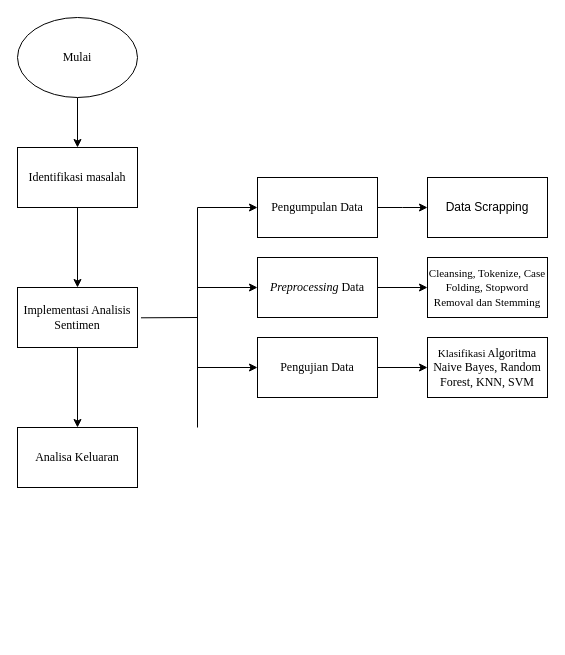
Before: Diagram Tanpa Judul.drawio in willSeoo/Analisis-Sentimen-Dompet-Digital, a draw.io diagram. Source tidied: cells renumbered, new cells numbered last; positions are measured from the earlier drawing's top-left corner, leaving out a move shared by most shapes. Both pictures are drawn from the tidied source at 100%, with x=0, y=0 at pixel (17, 17).
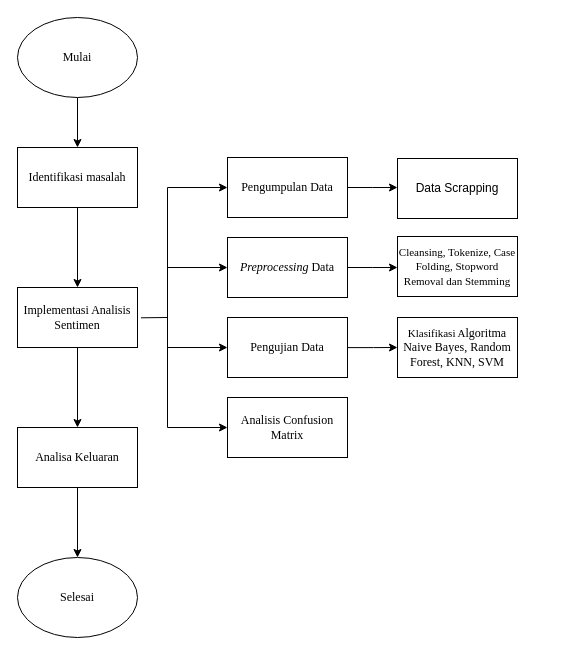
The same diagram, later.

Unchanged cells that the change refers to:
```xml
<mxCell id="7" value="Implementasi Analisis Sentimen" style="whiteSpace=wrap;html=1;rounded=0;fontFamily=Times New Roman;" parent="1" vertex="1">
  <mxGeometry y="270" width="120" height="60" as="geometry" />
</mxCell>
<mxCell id="8" value="Analisa Keluaran" style="rounded=0;whiteSpace=wrap;html=1;fontFamily=Times New Roman;" parent="1" vertex="1">
  <mxGeometry y="410" width="120" height="60" as="geometry" />
</mxCell>
```

Change to the diagram source:
```diff
@@
+    <mxCell id="23" style="edgeStyle=orthogonalEdgeStyle;rounded=0;jettySize=auto;html=1;" parent="1" edge="1" source="8" target="26">
+      <mxGeometry relative="1" as="geometry" />
+    </mxCell>
@@
     <mxCell id="9" style="edgeStyle=orthogonalEdgeStyle;rounded=0;jettySize=auto;html=1;fontFamily=Times New Roman;" parent="1" edge="1" source="10">
       <mxGeometry relative="1" as="geometry">
-        <mxPoint x="410" y="190" as="targetPoint" />
+        <mxPoint x="380" y="170" as="targetPoint" />
       </mxGeometry>
     </mxCell>
     <mxCell id="10" value="Pengumpulan Data" style="whiteSpace=wrap;html=1;rounded=0;fontFamily=Times New Roman;" parent="1" vertex="1">
-      <mxGeometry x="240" y="160" width="120" height="60" as="geometry" />
+      <mxGeometry x="210" y="140" width="120" height="60" as="geometry" />
     </mxCell>
     <mxCell id="11" style="endArrow=none;html=1;rounded=0;fontFamily=Times New Roman;" parent="1" edge="1">
       <mxGeometry relative="1" as="geometry">
-        <mxPoint x="180" y="410" as="sourcePoint" />
-        <mxPoint x="180" y="190" as="targetPoint" />
+        <mxPoint x="150" y="410" as="sourcePoint" />
+        <mxPoint x="150" y="170" as="targetPoint" />
       </mxGeometry>
     </mxCell>
     <mxCell id="12" style="endArrow=none;html=1;rounded=0;exitX=1.029;exitY=0.505;exitDx=0;exitDy=0;exitPerimeter=0;fontFamily=Times New Roman;" parent="1" edge="1" source="7">
       <mxGeometry relative="1" as="geometry">
-        <mxPoint x="180" y="300" as="targetPoint" />
+        <mxPoint x="150" y="300" as="targetPoint" />
       </mxGeometry>
     </mxCell>
     <mxCell id="13" style="endArrow=classic;html=1;rounded=0;entryX=0;entryY=0.5;entryDx=0;entryDy=0;fontFamily=Times New Roman;" parent="1" edge="1" target="10">
       <mxGeometry relative="1" as="geometry">
-        <mxPoint x="180" y="190" as="sourcePoint" />
+        <mxPoint x="150" y="170" as="sourcePoint" />
       </mxGeometry>
     </mxCell>
     <mxCell id="14" value="Data Scrapping" style="whiteSpace=wrap;html=1;rounded=0;" parent="1" vertex="1">
-      <mxGeometry x="410" y="160" width="120" height="60" as="geometry" />
+      <mxGeometry x="380" y="141" width="120" height="60" as="geometry" />
     </mxCell>
     <mxCell id="15" value="&lt;i&gt;Preprocessing&lt;/i&gt; Data" style="rounded=0;whiteSpace=wrap;html=1;fontFamily=Times New Roman;" parent="1" vertex="1">
-      <mxGeometry x="240" y="240" width="120" height="60" as="geometry" />
+      <mxGeometry x="210" y="220" width="120" height="60" as="geometry" />
     </mxCell>
     <mxCell id="16" style="endArrow=classic;html=1;rounded=0;entryX=0;entryY=0.5;entryDx=0;entryDy=0;fontFamily=Times New Roman;" parent="1" edge="1" target="15">
       <mxGeometry relative="1" as="geometry">
-        <mxPoint x="180" y="270" as="sourcePoint" />
+        <mxPoint x="150" y="250" as="sourcePoint" />
       </mxGeometry>
     </mxCell>
-    <mxCell id="17" style="edgeStyle=orthogonalEdgeStyle;rounded=0;jettySize=auto;html=1;exitX=1;exitY=0.5;exitDx=0;exitDy=0;entryX=0;entryY=0.5;entryDx=0;entryDy=0;fontFamily=Times New Roman;" parent="1" edge="1" source="15" target="18">
-      <mxGeometry relative="1" as="geometry" />
+    <mxCell id="17" style="edgeStyle=orthogonalEdgeStyle;rounded=0;jettySize=auto;html=1;exitX=1;exitY=0.5;exitDx=0;exitDy=0;entryX=0;entryY=0.5;entryDx=0;entryDy=0;fontFamily=Times New Roman;" parent="1" edge="1" source="15">
+      <mxGeometry relative="1" as="geometry">
+        <mxPoint x="380" y="250" as="targetPoint" />
+      </mxGeometry>
     </mxCell>
     <mxCell id="18" value="&lt;font face=&quot;Times New Roman&quot; style=&quot;font-size: 11px;&quot;&gt;Cleansing, Tokenize, Case Folding,&amp;nbsp;Stopword Removal dan Stemming&lt;/font&gt;" style="whiteSpace=wrap;html=1;rounded=0;" parent="1" vertex="1">
-      <mxGeometry x="410" y="240" width="120" height="60" as="geometry" />
+      <mxGeometry x="380" y="219" width="120" height="60" as="geometry" />
     </mxCell>
     <mxCell id="19" value="Pengujian&amp;nbsp;Data" style="rounded=0;whiteSpace=wrap;html=1;fontFamily=Times New Roman;" parent="1" vertex="1">
-      <mxGeometry x="240" y="320" width="120" height="60" as="geometry" />
+      <mxGeometry x="210" y="300" width="120" height="60" as="geometry" />
     </mxCell>
     <mxCell id="20" style="endArrow=classic;html=1;rounded=0;entryX=0;entryY=0.5;entryDx=0;entryDy=0;fontFamily=Times New Roman;" parent="1" edge="1" target="19">
       <mxGeometry relative="1" as="geometry">
-        <mxPoint x="180" y="350" as="sourcePoint" />
+        <mxPoint x="150" y="330" as="sourcePoint" />
       </mxGeometry>
     </mxCell>
-    <mxCell id="21" style="edgeStyle=orthogonalEdgeStyle;rounded=0;jettySize=auto;html=1;exitX=1;exitY=0.5;exitDx=0;exitDy=0;fontFamily=Times New Roman;" parent="1" edge="1" source="19" target="22">
-      <mxGeometry relative="1" as="geometry" />
+    <mxCell id="21" style="edgeStyle=orthogonalEdgeStyle;rounded=0;jettySize=auto;html=1;fontFamily=Times New Roman;entryX=0;entryY=0.5;entryDx=0;entryDy=0;exitX=0.993;exitY=0.501;exitDx=0;exitDy=0;exitPerimeter=0;" parent="1" edge="1" target="22">
+      <mxGeometry relative="1" as="geometry">
+        <mxPoint x="330.2" y="330.1" as="sourcePoint" />
+        <Array as="points">
+          <mxPoint x="356" y="330" />
+        </Array>
+      </mxGeometry>
     </mxCell>
     <mxCell id="22" value="&lt;font face=&quot;Times New Roman&quot; style=&quot;font-size: 11px;&quot;&gt;Klasifikasi A&lt;/font&gt;&lt;font face=&quot;Times New Roman&quot;&gt;lgoritma&lt;/font&gt; &lt;font style=&quot;&quot; face=&quot;Times New Roman&quot;&gt;Naive Bayes, Random Forest, KNN, SVM&lt;/font&gt;" style="whiteSpace=wrap;html=1;rounded=0;" parent="1" vertex="1">
-      <mxGeometry x="410" y="320" width="120" height="60" as="geometry" />
+      <mxGeometry x="380" y="300" width="120" height="60" as="geometry" />
     </mxCell>
+    <mxCell id="24" value="Analisis Confusion Matrix" style="rounded=0;whiteSpace=wrap;html=1;fontFamily=Times New Roman;" parent="1" vertex="1">
+      <mxGeometry x="210" y="380" width="120" height="60" as="geometry" />
+    </mxCell>
+    <mxCell id="25" style="endArrow=classic;html=1;rounded=0;entryX=0;entryY=0.5;entryDx=0;entryDy=0;fontFamily=Times New Roman;" parent="1" edge="1" target="24">
+      <mxGeometry relative="1" as="geometry">
+        <mxPoint x="150" y="410" as="sourcePoint" />
+      </mxGeometry>
+    </mxCell>
+    <mxCell id="26" value="Selesai" style="ellipse;whiteSpace=wrap;html=1;fontFamily=Times New Roman;rounded=0;" parent="1" vertex="1">
+      <mxGeometry y="540" width="120" height="80" as="geometry" />
+    </mxCell>
```
